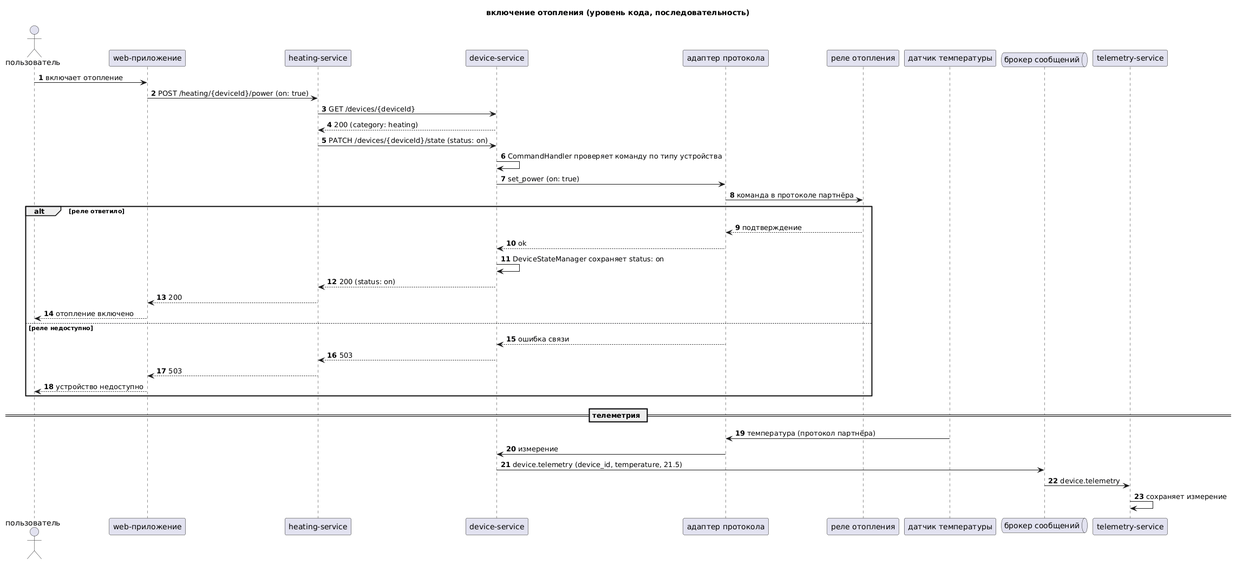
This is diagrams/code/heating-command-sequence.png from Murl1k/arch-sprint-1, a PlantUML export, as it was before one commit.
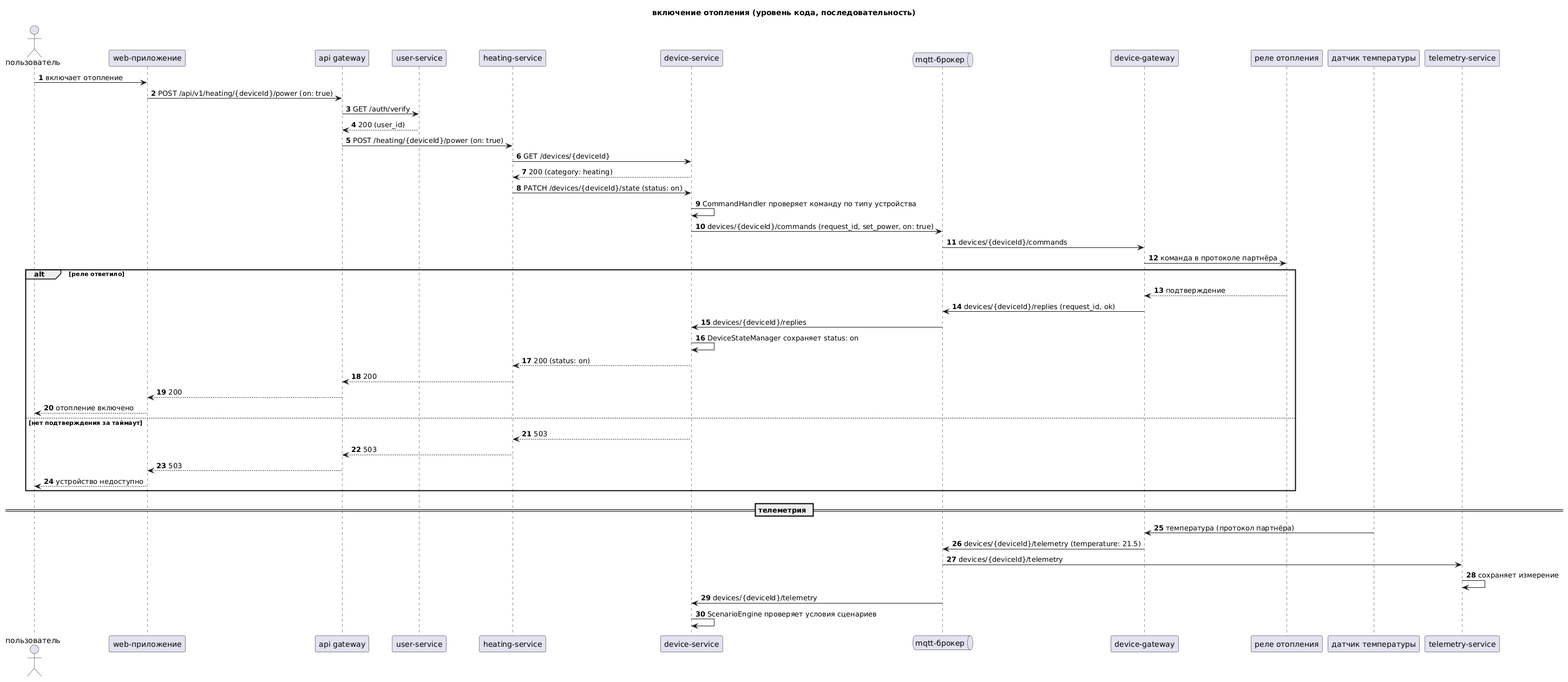
Above is the later version.

What changed in the source:
```diff
@@ -4,41 +4,50 @@
 autonumber
 actor "пользователь" as user
 participant "web-приложение" as web
+participant "api gateway" as gw
+participant "user-service" as usersvc
 participant "heating-service" as heating
 participant "device-service" as devsvc
-participant "адаптер протокола" as adapter
+queue "mqtt-брокер" as mqtt
+participant "device-gateway" as dgw
 participant "реле отопления" as relay
 participant "датчик температуры" as sensor
-queue "брокер сообщений" as broker
 participant "telemetry-service" as tel
 
 user -> web : включает отопление
-web -> heating : POST /heating/{deviceId}/power (on: true)
+web -> gw : POST /api/v1/heating/{deviceId}/power (on: true)
+gw -> usersvc : GET /auth/verify
+usersvc --> gw : 200 (user_id)
+gw -> heating : POST /heating/{deviceId}/power (on: true)
 heating -> devsvc : GET /devices/{deviceId}
 devsvc --> heating : 200 (category: heating)
 heating -> devsvc : PATCH /devices/{deviceId}/state (status: on)
 devsvc -> devsvc : CommandHandler проверяет команду по типу устройства
-devsvc -> adapter : set_power (on: true)
-adapter -> relay : команда в протоколе партнёра
+devsvc -> mqtt : devices/{deviceId}/commands (request_id, set_power, on: true)
+mqtt -> dgw : devices/{deviceId}/commands
+dgw -> relay : команда в протоколе партнёра
 alt реле ответило
-    relay --> adapter : подтверждение
-    adapter --> devsvc : ok
+    relay --> dgw : подтверждение
+    dgw -> mqtt : devices/{deviceId}/replies (request_id, ok)
+    mqtt -> devsvc : devices/{deviceId}/replies
     devsvc -> devsvc : DeviceStateManager сохраняет status: on
     devsvc --> heating : 200 (status: on)
-    heating --> web : 200
+    heating --> gw : 200
+    gw --> web : 200
     web --> user : отопление включено
-else реле недоступно
-    adapter --> devsvc : ошибка связи
+else нет подтверждения за таймаут
     devsvc --> heating : 503
-    heating --> web : 503
+    heating --> gw : 503
+    gw --> web : 503
     web --> user : устройство недоступно
 end
 
 == телеметрия ==
 
-sensor -> adapter : температура (протокол партнёра)
-adapter -> devsvc : измерение
-devsvc -> broker : device.telemetry (device_id, temperature, 21.5)
-broker -> tel : device.telemetry
+sensor -> dgw : температура (протокол партнёра)
+dgw -> mqtt : devices/{deviceId}/telemetry (temperature: 21.5)
+mqtt -> tel : devices/{deviceId}/telemetry
 tel -> tel : сохраняет измерение
+mqtt -> devsvc : devices/{deviceId}/telemetry
+devsvc -> devsvc : ScenarioEngine проверяет условия сценариев
 @enduml
```
